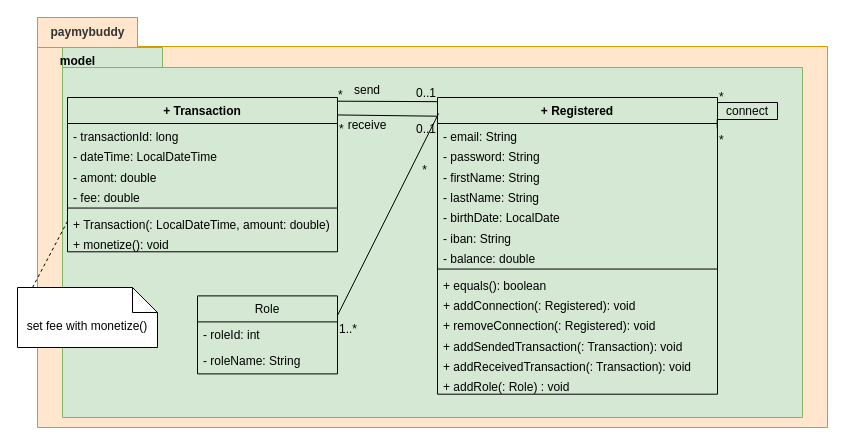
Earlier version of the draw.io diagram page "Model classes" (2 of 3) of UML/payMyBuddyUML.drawio (emmo78/com.paymybuddy.paymybuddy). Source tidied: cells renumbered, new cells numbered last; positions are measured from the earlier drawing's top-left corner, leaving out a move shared by most shapes. Both pictures are drawn from the tidied source at 100%, with x=0, y=0 at pixel (17, 17).
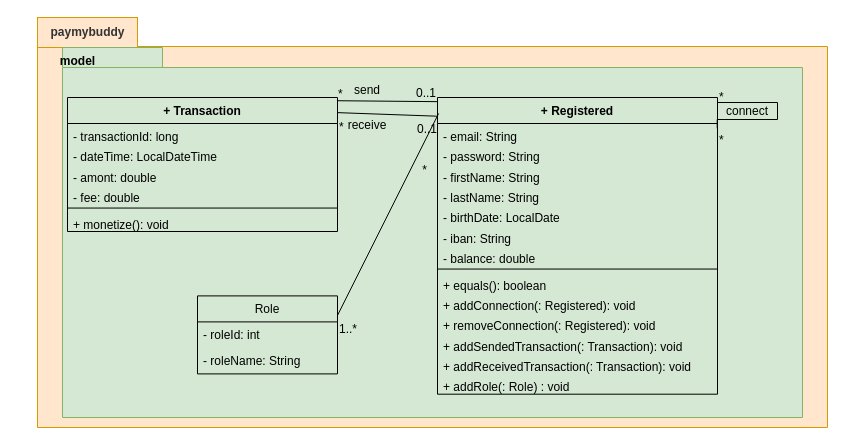
After the change.

The edit, as a diff of the source:
```diff
@@
     <mxCell id="21" value="+ Transaction" style="swimlane;fontStyle=1;align=center;verticalAlign=top;horizontal=1;startSize=26;fillColor=#d5e8d4;strokeColor=#000000;" parent="1" vertex="1">
-      <mxGeometry x="50" y="80" width="270" height="154.3" as="geometry" />
+      <mxGeometry x="50" y="80" width="270" height="134" as="geometry" />
     </mxCell>
@@
-    <mxCell id="27" value="+ Transaction(: LocalDateTime, amount: double)" style="text;strokeColor=none;fillColor=none;align=left;verticalAlign=top;spacingLeft=4;spacingRight=4;overflow=hidden;points=[[0,0.5],[1,0.5]];portConstraint=eastwest;" parent="21" vertex="1">
-      <mxGeometry y="113.6" width="270" height="20.3" as="geometry" />
-    </mxCell>
     <mxCell id="28" value="+ monetize(): void" style="text;strokeColor=none;fillColor=none;align=left;verticalAlign=top;spacingLeft=4;spacingRight=4;overflow=hidden;" parent="21" vertex="1">
-      <mxGeometry y="134" width="270" height="20.3" as="geometry" />
+      <mxGeometry y="113.6" width="270" height="20.3" as="geometry" />
     </mxCell>
@@
-    <mxCell id="41" value="set fee with monetize()" style="shape=note2;boundedLbl=1;whiteSpace=wrap;html=1;size=25;verticalAlign=top;align=center;" parent="1" vertex="1">
-      <mxGeometry y="270" width="140" height="60" as="geometry" />
-    </mxCell>
-    <mxCell id="42" style="endArrow=none;dashed=1;html=1;rounded=0;exitX=0;exitY=0.5;exitDx=0;exitDy=0;entryX=0.1;entryY=0.033;entryDx=0;entryDy=0;entryPerimeter=0;" parent="1" edge="1" source="27" target="41">
-      <mxGeometry relative="1" as="geometry" />
-    </mxCell>
```
